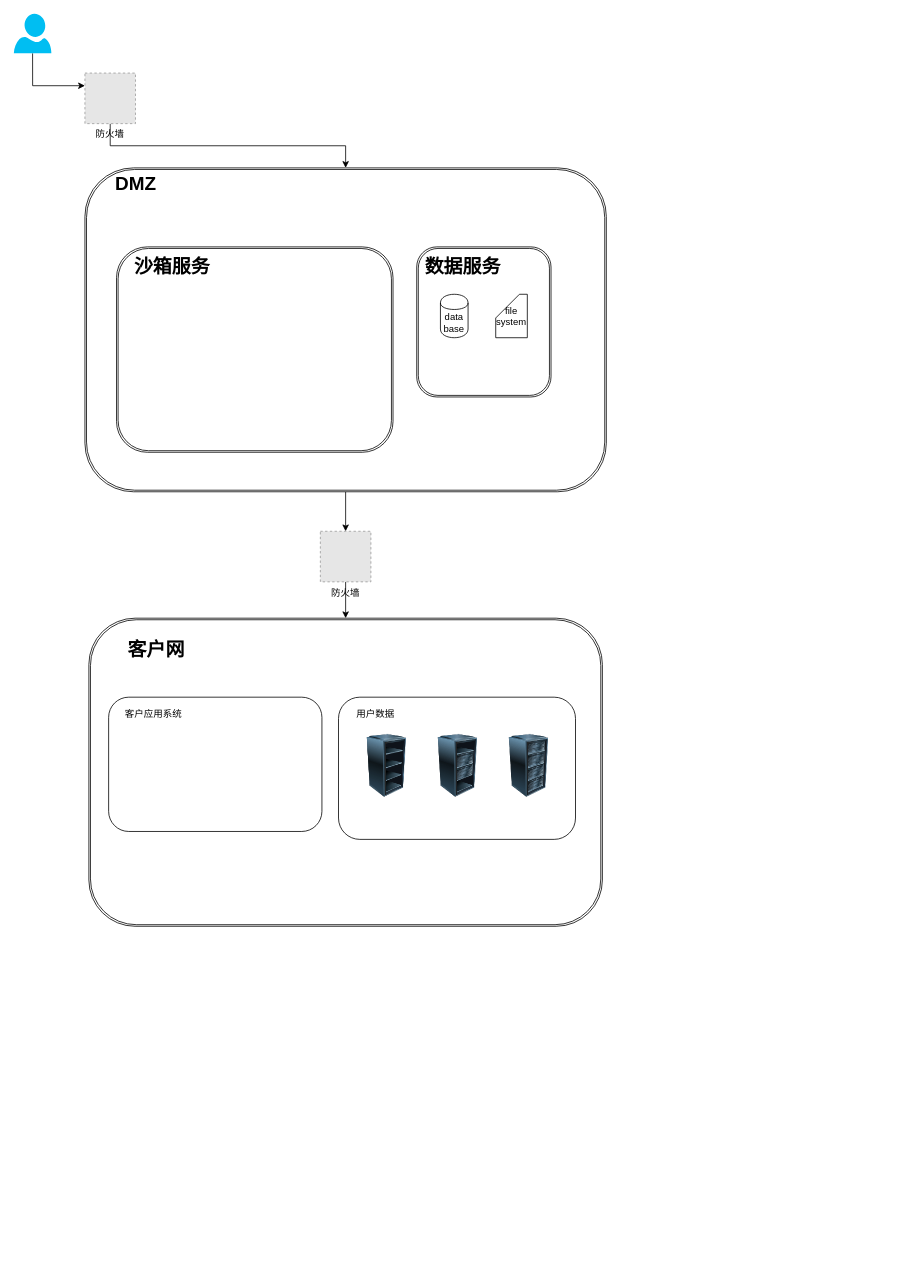
Earlier version of the draw.io diagram Untitled Diagram.drawio (cpu6660/LeetCode). Source tidied: cells renumbered, new cells numbered last; positions are measured from the earlier drawing's top-left corner, leaving out a move shared by most shapes. Both pictures are drawn from the tidied source at 79%, with x=0, y=0 at pixel (13, 13). Pictures stored in the file or linked from it are replaced by grey dashed boxes.
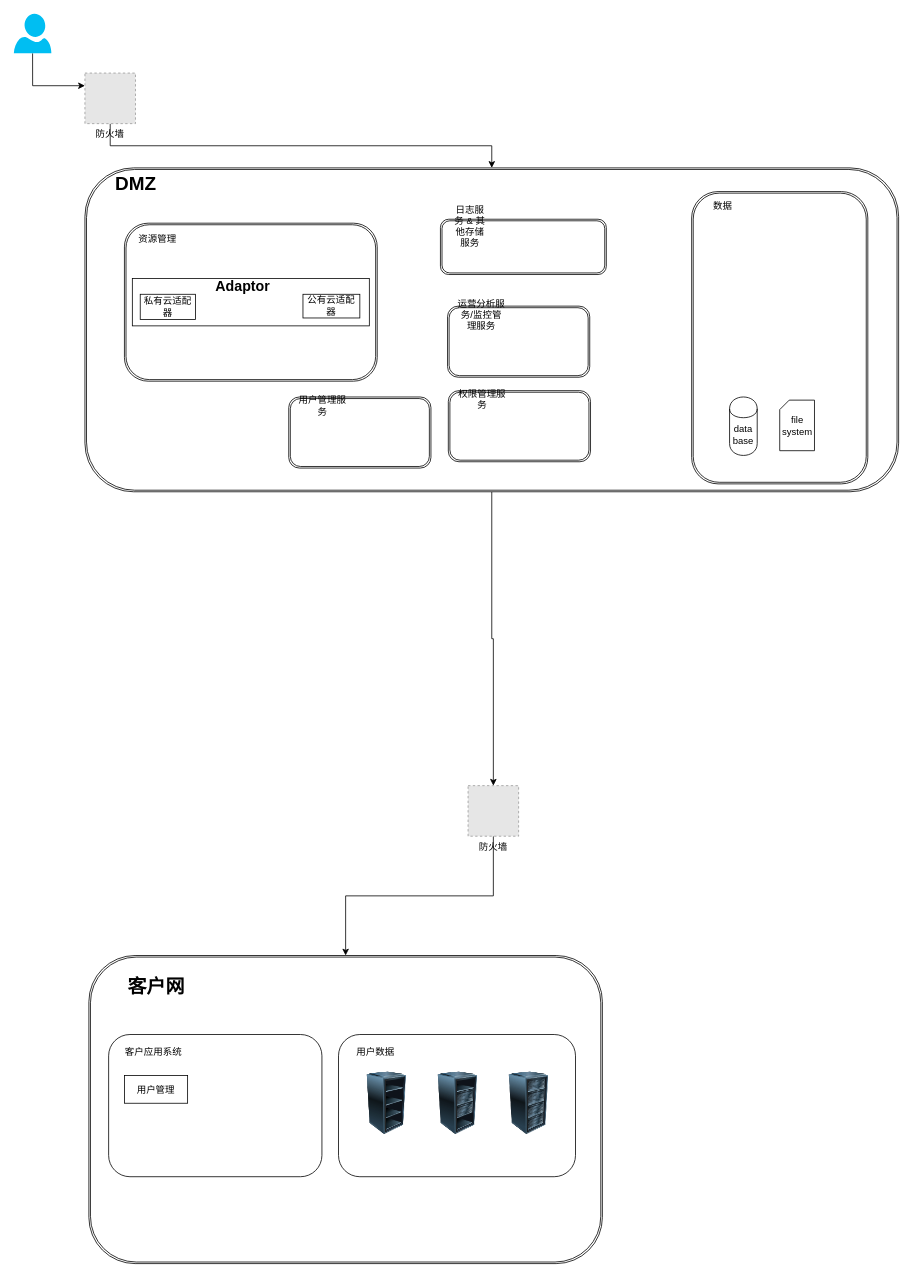
The same diagram, later.

What changed in the source:
```diff
@@
     <mxCell id="3" style="shape=ext;double=1;rounded=1;whiteSpace=wrap;html=1;" parent="1" vertex="1">
-      <mxGeometry x="90" y="195" width="660" height="410" as="geometry" />
+      <mxGeometry x="90" y="195" width="1030" height="410" as="geometry" />
     </mxCell>
@@
-    <mxCell id="5" style="shape=ext;double=1;rounded=1;whiteSpace=wrap;html=1;" parent="1" vertex="1">
-      <mxGeometry x="130" y="295" width="350" height="260" as="geometry" />
-    </mxCell>
-    <mxCell id="6" style="shape=ext;double=1;rounded=1;whiteSpace=wrap;html=1;" parent="1" vertex="1">
-      <mxGeometry x="510" y="295" width="170" height="190" as="geometry" />
-    </mxCell>
-    <mxCell id="7" value="data&lt;br&gt;base" style="shape=cylinder;whiteSpace=wrap;html=1;boundedLbl=1;backgroundOutline=1;" parent="1" vertex="1">
-      <mxGeometry x="540" y="355" width="35" height="55" as="geometry" />
-    </mxCell>
-    <mxCell id="8" value="file system" style="shape=card;whiteSpace=wrap;html=1;" parent="1" vertex="1">
-      <mxGeometry x="610" y="355" width="40" height="55" as="geometry" />
-    </mxCell>
-    <mxCell id="9" value="数据服务" style="text;strokeColor=none;fillColor=none;html=1;fontSize=24;fontStyle=1;verticalAlign=middle;align=center;" parent="1" vertex="1">
-      <mxGeometry x="525" y="305" width="85" height="30" as="geometry" />
-    </mxCell>
-    <mxCell id="10" value="沙箱服务" style="text;strokeColor=none;fillColor=none;html=1;fontSize=24;fontStyle=1;verticalAlign=middle;align=center;" parent="1" vertex="1">
-      <mxGeometry x="150" y="300" width="100" height="40" as="geometry" />
-    </mxCell>
@@
+    <mxCell id="17" style="edgeStyle=orthogonalEdgeStyle;rounded=0;jettySize=auto;html=1;exitX=0.5;exitY=1;exitDx=0;exitDy=0;" parent="1" edge="1" source="18" target="15">
+      <mxGeometry relative="1" as="geometry" />
+    </mxCell>
+    <mxCell id="18" value="防火墙" style="fillColor=#E6E6E6;strokeColor=#999999;dashed=1;verticalLabelPosition=bottom;verticalAlign=top;" parent="1" vertex="1">
+      <mxGeometry x="575" y="977" width="64" height="64" as="geometry" />
+    </mxCell>
+    <mxCell id="27" style="shape=ext;double=1;rounded=1;whiteSpace=wrap;html=1;" parent="1" vertex="1">
+      <mxGeometry x="140" y="265" width="320" height="200" as="geometry" />
+    </mxCell>
+    <mxCell id="28" value="资源管理" style="text;html=1;strokeColor=none;fillColor=none;align=center;verticalAlign=middle;whiteSpace=wrap;rounded=0;" parent="1" vertex="1">
+      <mxGeometry x="154" y="275" width="56" height="20" as="geometry" />
+    </mxCell>
+    <mxCell id="29" style="group;" parent="1" vertex="1">
+      <mxGeometry x="95" y="1192" width="650" height="390" as="geometry" />
+    </mxCell>
-    <mxCell id="15" style="shape=ext;double=1;rounded=1;whiteSpace=wrap;html=1;" parent="1" vertex="1">
-      <mxGeometry x="95" y="765" width="650" height="390" as="geometry" />
+    <mxCell id="15" style="shape=ext;double=1;rounded=1;whiteSpace=wrap;html=1;" parent="29" vertex="1">
+      <mxGeometry width="650" height="390" as="geometry" />
     </mxCell>
-    <mxCell id="16" value="客户网" style="text;strokeColor=none;fillColor=none;html=1;fontSize=24;fontStyle=1;verticalAlign=middle;align=center;" parent="1" vertex="1">
-      <mxGeometry x="130" y="785" width="100" height="40" as="geometry" />
+    <mxCell id="16" value="客户网" style="text;strokeColor=none;fillColor=none;html=1;fontSize=24;fontStyle=1;verticalAlign=middle;align=center;" parent="29" vertex="1">
+      <mxGeometry x="35" y="20" width="100" height="40" as="geometry" />
     </mxCell>
-    <mxCell id="17" style="edgeStyle=orthogonalEdgeStyle;rounded=0;jettySize=auto;html=1;exitX=0.5;exitY=1;exitDx=0;exitDy=0;" parent="1" edge="1" source="18" target="15">
-      <mxGeometry relative="1" as="geometry" />
-    </mxCell>
-    <mxCell id="18" value="防火墙" style="fillColor=#E6E6E6;strokeColor=#999999;dashed=1;verticalLabelPosition=bottom;verticalAlign=top;" parent="1" vertex="1">
-      <mxGeometry x="388" y="655" width="64" height="64" as="geometry" />
-    </mxCell>
-    <mxCell id="19" style="rounded=1;whiteSpace=wrap;html=1;" parent="1" vertex="1">
-      <mxGeometry x="120" y="865" width="270" height="170" as="geometry" />
+    <mxCell id="19" style="rounded=1;whiteSpace=wrap;html=1;" parent="29" vertex="1">
+      <mxGeometry x="25" y="100" width="270" height="180" as="geometry" />
     </mxCell>
-    <mxCell id="20" style="group;" parent="1" vertex="1">
-      <mxGeometry x="411" y="865" width="300" height="180" as="geometry" />
+    <mxCell id="20" style="group;" parent="29" vertex="1">
+      <mxGeometry x="316" y="100" width="300" height="180" as="geometry" />
     </mxCell>
@@
-    <mxCell id="26" value="客户应用系统" style="text;html=1;strokeColor=none;fillColor=none;align=center;verticalAlign=middle;whiteSpace=wrap;rounded=0;" parent="1" vertex="1">
-      <mxGeometry x="134" y="877" width="86" height="20" as="geometry" />
+    <mxCell id="26" value="客户应用系统" style="text;html=1;strokeColor=none;fillColor=none;align=center;verticalAlign=middle;whiteSpace=wrap;rounded=0;" parent="29" vertex="1">
+      <mxGeometry x="39" y="112" width="86" height="20" as="geometry" />
     </mxCell>
+    <mxCell id="30" value="用户管理" style="rounded=0;whiteSpace=wrap;html=1;" parent="29" vertex="1">
+      <mxGeometry x="45" y="152" width="80" height="35" as="geometry" />
+    </mxCell>
+    <mxCell id="31" style="group;" parent="1" vertex="1">
+      <mxGeometry x="858" y="225" width="223" height="370" as="geometry" />
+    </mxCell>
+    <mxCell id="6" style="shape=ext;double=1;rounded=1;whiteSpace=wrap;html=1;" parent="31" vertex="1">
+      <mxGeometry width="223" height="370" as="geometry" />
+    </mxCell>
+    <mxCell id="7" value="data&lt;br&gt;base" style="shape=cylinder;whiteSpace=wrap;html=1;boundedLbl=1;backgroundOutline=1;" parent="31" vertex="1">
+      <mxGeometry x="48" y="260" width="35" height="74" as="geometry" />
+    </mxCell>
+    <mxCell id="8" value="file system" style="shape=card;whiteSpace=wrap;html=1;size=12;" parent="31" vertex="1">
+      <mxGeometry x="111.5" y="264" width="44" height="64" as="geometry" />
+    </mxCell>
+    <mxCell id="32" value="数据" style="text;html=1;strokeColor=none;fillColor=none;align=center;verticalAlign=middle;whiteSpace=wrap;rounded=0;" parent="31" vertex="1">
+      <mxGeometry x="13.2" width="52.5" height="38.9" as="geometry" />
+    </mxCell>
+    <mxCell id="33" style="rounded=0;whiteSpace=wrap;html=1;" parent="1" vertex="1">
+      <mxGeometry x="150" y="335" width="300" height="60" as="geometry" />
+    </mxCell>
+    <mxCell id="34" value="&lt;h2&gt;&lt;span&gt;Adaptor&lt;/span&gt;&lt;/h2&gt;" style="text;html=1;strokeColor=none;fillColor=none;align=center;verticalAlign=middle;whiteSpace=wrap;rounded=0;" parent="1" vertex="1">
+      <mxGeometry x="270" y="335" width="40" height="20" as="geometry" />
+    </mxCell>
+    <mxCell id="35" value="公有云适配器" style="rounded=0;whiteSpace=wrap;html=1;" parent="1" vertex="1">
+      <mxGeometry x="366" y="355" width="72" height="30" as="geometry" />
+    </mxCell>
+    <mxCell id="36" value="私有云适配器" style="rounded=0;whiteSpace=wrap;html=1;" parent="1" vertex="1">
+      <mxGeometry x="160" y="355" width="70" height="32" as="geometry" />
+    </mxCell>
+    <mxCell id="37" style="group;" parent="1" vertex="1">
+      <mxGeometry x="540" y="260" width="210" height="70" as="geometry" />
+    </mxCell>
+    <mxCell id="38" style="shape=ext;double=1;rounded=1;whiteSpace=wrap;html=1;" parent="37" vertex="1">
+      <mxGeometry width="210" height="70" as="geometry" />
+    </mxCell>
+    <mxCell id="39" value="日志服务 &amp;amp; 其他存储服务" style="text;html=1;strokeColor=none;fillColor=none;align=center;verticalAlign=middle;whiteSpace=wrap;rounded=0;" parent="37" vertex="1">
+      <mxGeometry x="14.1" y="4.4" width="47" height="8.8" as="geometry" />
+    </mxCell>
+    <mxCell id="40" style="group;" parent="1" vertex="1">
+      <mxGeometry x="549" y="370" width="180" height="90" as="geometry" />
+    </mxCell>
+    <mxCell id="41" style="shape=ext;double=1;rounded=1;whiteSpace=wrap;html=1;" parent="40" vertex="1">
+      <mxGeometry width="180" height="90" as="geometry" />
+    </mxCell>
+    <mxCell id="42" value="运营分析服务/监控管理服务" style="text;html=1;strokeColor=none;fillColor=none;align=center;verticalAlign=middle;whiteSpace=wrap;rounded=0;" parent="40" vertex="1">
+      <mxGeometry x="12.1" y="5.6" width="61.8" height="11.2" as="geometry" />
+    </mxCell>
+    <mxCell id="43" style="group;" parent="1" vertex="1">
+      <mxGeometry x="550" y="477" width="180" height="90" as="geometry" />
+    </mxCell>
+    <mxCell id="44" style="shape=ext;double=1;rounded=1;whiteSpace=wrap;html=1;" parent="43" vertex="1">
+      <mxGeometry width="180" height="90" as="geometry" />
+    </mxCell>
+    <mxCell id="45" value="权限管理服务" style="text;html=1;strokeColor=none;fillColor=none;align=center;verticalAlign=middle;whiteSpace=wrap;rounded=0;" parent="43" vertex="1">
+      <mxGeometry x="12.1" y="5.6" width="61.8" height="11.2" as="geometry" />
+    </mxCell>
+    <mxCell id="46" style="group;" parent="1" vertex="1">
+      <mxGeometry x="348" y="485" width="180" height="90" as="geometry" />
+    </mxCell>
+    <mxCell id="47" style="shape=ext;double=1;rounded=1;whiteSpace=wrap;html=1;" parent="46" vertex="1">
+      <mxGeometry width="180" height="90" as="geometry" />
+    </mxCell>
+    <mxCell id="48" value="用户管理服务" style="text;html=1;strokeColor=none;fillColor=none;align=center;verticalAlign=middle;whiteSpace=wrap;rounded=0;" parent="46" vertex="1">
+      <mxGeometry x="12.1" y="5.6" width="61.8" height="11.2" as="geometry" />
+    </mxCell>
```
